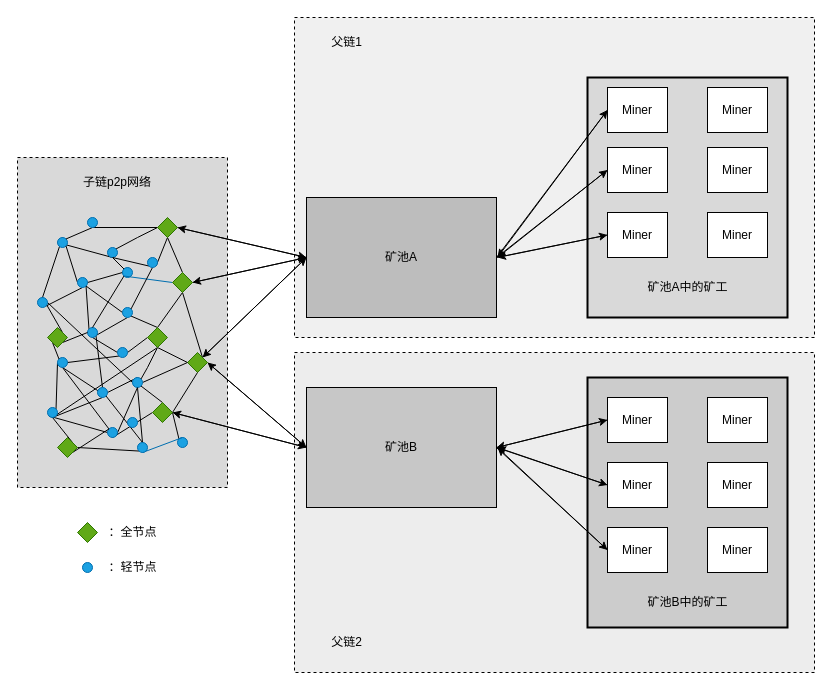
This is auxnet.drawio from weihanby/Hello_Fudan, a draw.io file, before an edit. Source tidied: cells renumbered, new cells numbered last; positions are measured from the earlier drawing's top-left corner, leaving out a move shared by most shapes. Both pictures are drawn from the tidied source at 100%, with x=0, y=0 at pixel (17, 17).
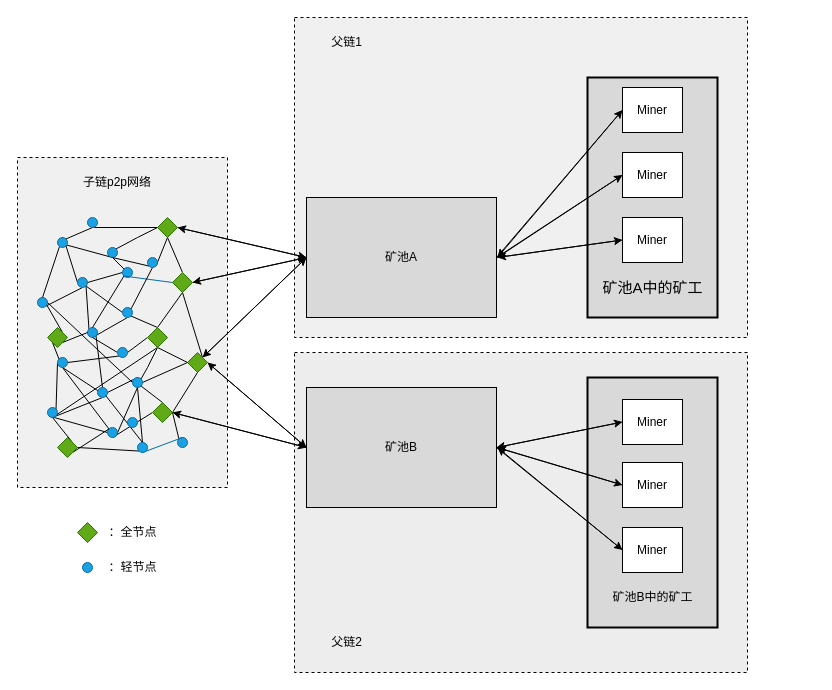
The same diagram, later.

The edit, as a diff of the source:
```diff
@@
     <mxCell id="2" style="whiteSpace=wrap;html=1;dashed=1;fillColor=#EDEDED;" parent="1" vertex="1">
-      <mxGeometry x="277" y="335" width="520" height="320" as="geometry" />
+      <mxGeometry x="277" y="335" width="453" height="320" as="geometry" />
     </mxCell>
     <mxCell id="3" style="whiteSpace=wrap;html=1;dashed=1;fillColor=#F0F0F0;" parent="1" vertex="1">
-      <mxGeometry x="277" width="520" height="320" as="geometry" />
+      <mxGeometry x="277" width="453" height="320" as="geometry" />
     </mxCell>
-    <mxCell id="4" style="whiteSpace=wrap;html=1;rounded=0;glass=0;shadow=0;fillColor=#D9D9D9;dashed=1;" parent="1" vertex="1">
+    <mxCell id="4" style="whiteSpace=wrap;html=1;rounded=0;glass=0;shadow=0;fillColor=#F0F0F0;dashed=1;" parent="1" vertex="1">
       <mxGeometry y="140" width="210" height="330" as="geometry" />
     </mxCell>
@@
-    <mxCell id="89" value="矿池A" style="whiteSpace=wrap;html=1;fillColor=#BDBDBD;strokeColor=#000000;" parent="1" vertex="1">
+    <mxCell id="89" value="矿池A" style="whiteSpace=wrap;html=1;fillColor=#D9D9D9;strokeColor=#000000;" parent="1" vertex="1">
       <mxGeometry x="289" y="180" width="190" height="120" as="geometry" />
     </mxCell>
@@
-    <mxCell id="93" value="矿池B" style="whiteSpace=wrap;html=1;fillColor=#C7C7C7;" parent="1" vertex="1">
+    <mxCell id="93" value="矿池B" style="whiteSpace=wrap;html=1;fillColor=#D9D9D9;" parent="1" vertex="1">
       <mxGeometry x="289" y="370" width="190" height="120" as="geometry" />
     </mxCell>
     <mxCell id="94" style="whiteSpace=wrap;html=1;rounded=0;glass=0;shadow=0;fillColor=#D9D9D9;strokeWidth=2;" parent="1" vertex="1">
-      <mxGeometry x="570" y="60" width="200" height="240" as="geometry" />
+      <mxGeometry x="570" y="60" width="130" height="240" as="geometry" />
     </mxCell>
@@
     <mxCell id="96" value="Miner" style="whiteSpace=wrap;html=1;" parent="1" vertex="1">
-      <mxGeometry x="590" y="70" width="60" height="45" as="geometry" />
+      <mxGeometry x="605" y="70" width="60" height="45" as="geometry" />
     </mxCell>
@@
     <mxCell id="98" value="Miner" style="whiteSpace=wrap;html=1;" parent="1" vertex="1">
-      <mxGeometry x="590" y="130" width="60" height="45" as="geometry" />
+      <mxGeometry x="605" y="135" width="60" height="45" as="geometry" />
     </mxCell>
@@
     <mxCell id="100" value="Miner" style="whiteSpace=wrap;html=1;" parent="1" vertex="1">
-      <mxGeometry x="590" y="195" width="60" height="45" as="geometry" />
+      <mxGeometry x="605" y="200" width="60" height="45" as="geometry" />
     </mxCell>
-    <mxCell id="101" value="Miner" style="whiteSpace=wrap;html=1;" parent="1" vertex="1">
-      <mxGeometry x="690" y="70" width="60" height="45" as="geometry" />
-    </mxCell>
-    <mxCell id="102" value="Miner" style="whiteSpace=wrap;html=1;" parent="1" vertex="1">
-      <mxGeometry x="690" y="130" width="60" height="45" as="geometry" />
-    </mxCell>
-    <mxCell id="103" value="Miner" style="whiteSpace=wrap;html=1;" parent="1" vertex="1">
-      <mxGeometry x="690" y="195" width="60" height="45" as="geometry" />
-    </mxCell>
-    <mxCell id="104" value="矿池A中的矿工" style="text;html=1;align=center;verticalAlign=middle;strokeColor=none;fillColor=none;" parent="1" vertex="1">
-      <mxGeometry x="605" y="255" width="130" height="30" as="geometry" />
+    <mxCell id="104" value="&lt;font style=&quot;font-size: 15px;&quot;&gt;矿池A中的矿工&lt;/font&gt;" style="text;html=1;align=center;verticalAlign=middle;strokeColor=none;fillColor=none;" parent="1" vertex="1">
+      <mxGeometry x="570" y="255" width="130" height="30" as="geometry" />
     </mxCell>
-    <mxCell id="105" style="whiteSpace=wrap;html=1;rounded=0;glass=0;shadow=0;fillColor=#CCCCCC;strokeWidth=2;" parent="1" vertex="1">
-      <mxGeometry x="570" y="360" width="200" height="250" as="geometry" />
+    <mxCell id="105" style="whiteSpace=wrap;html=1;rounded=0;glass=0;shadow=0;fillColor=#D9D9D9;strokeWidth=2;" parent="1" vertex="1">
+      <mxGeometry x="570" y="360" width="130" height="250" as="geometry" />
     </mxCell>
@@
     <mxCell id="107" value="Miner" style="whiteSpace=wrap;html=1;" parent="1" vertex="1">
-      <mxGeometry x="590" y="380" width="60" height="45" as="geometry" />
+      <mxGeometry x="605" y="382" width="60" height="45" as="geometry" />
     </mxCell>
@@
     <mxCell id="109" value="Miner" style="whiteSpace=wrap;html=1;" parent="1" vertex="1">
-      <mxGeometry x="590" y="445" width="60" height="45" as="geometry" />
+      <mxGeometry x="605" y="445" width="60" height="45" as="geometry" />
     </mxCell>
@@
     <mxCell id="111" value="Miner" style="whiteSpace=wrap;html=1;" parent="1" vertex="1">
-      <mxGeometry x="590" y="510" width="60" height="45" as="geometry" />
+      <mxGeometry x="605" y="510" width="60" height="45" as="geometry" />
     </mxCell>
-    <mxCell id="112" value="Miner" style="whiteSpace=wrap;html=1;" parent="1" vertex="1">
-      <mxGeometry x="690" y="380" width="60" height="45" as="geometry" />
-    </mxCell>
-    <mxCell id="113" value="Miner" style="whiteSpace=wrap;html=1;" parent="1" vertex="1">
-      <mxGeometry x="690" y="445" width="60" height="45" as="geometry" />
-    </mxCell>
-    <mxCell id="114" value="Miner" style="whiteSpace=wrap;html=1;" parent="1" vertex="1">
-      <mxGeometry x="690" y="510" width="60" height="45" as="geometry" />
-    </mxCell>
     <mxCell id="115" value="矿池B中的矿工" style="text;html=1;align=center;verticalAlign=middle;strokeColor=none;fillColor=none;" parent="1" vertex="1">
-      <mxGeometry x="605" y="570" width="130" height="30" as="geometry" />
+      <mxGeometry x="570" y="565" width="130" height="30" as="geometry" />
     </mxCell>
```
